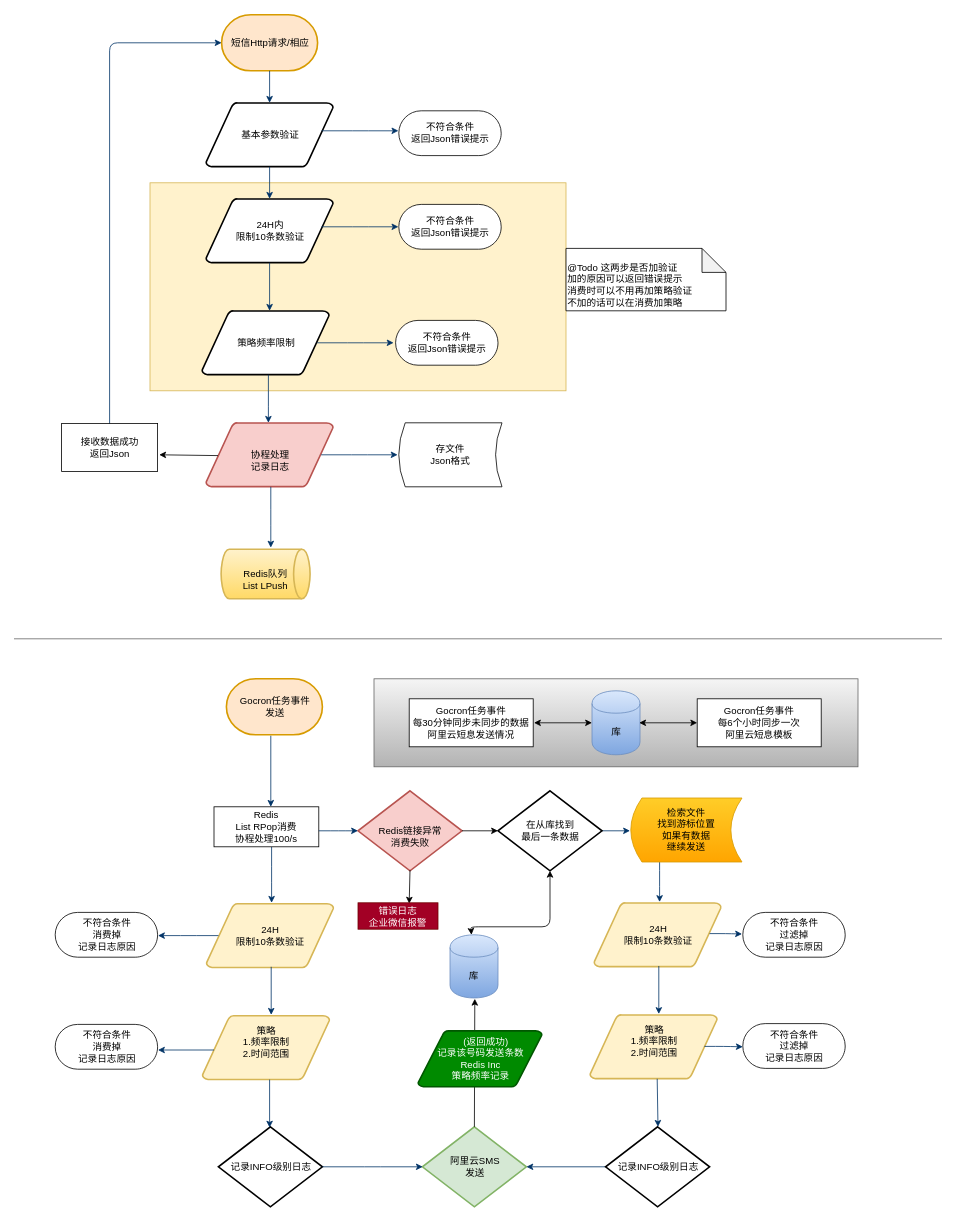
akun87/activity keeps this draw.io diagram as 消息发送.drawio. Above is the earlier version. Source tidied: cells renumbered, new cells numbered last; positions are measured from the earlier drawing's top-left corner, leaving out a move shared by most shapes. Both pictures are drawn from the tidied source at 80%, with x=0, y=0 at pixel (14, 14).
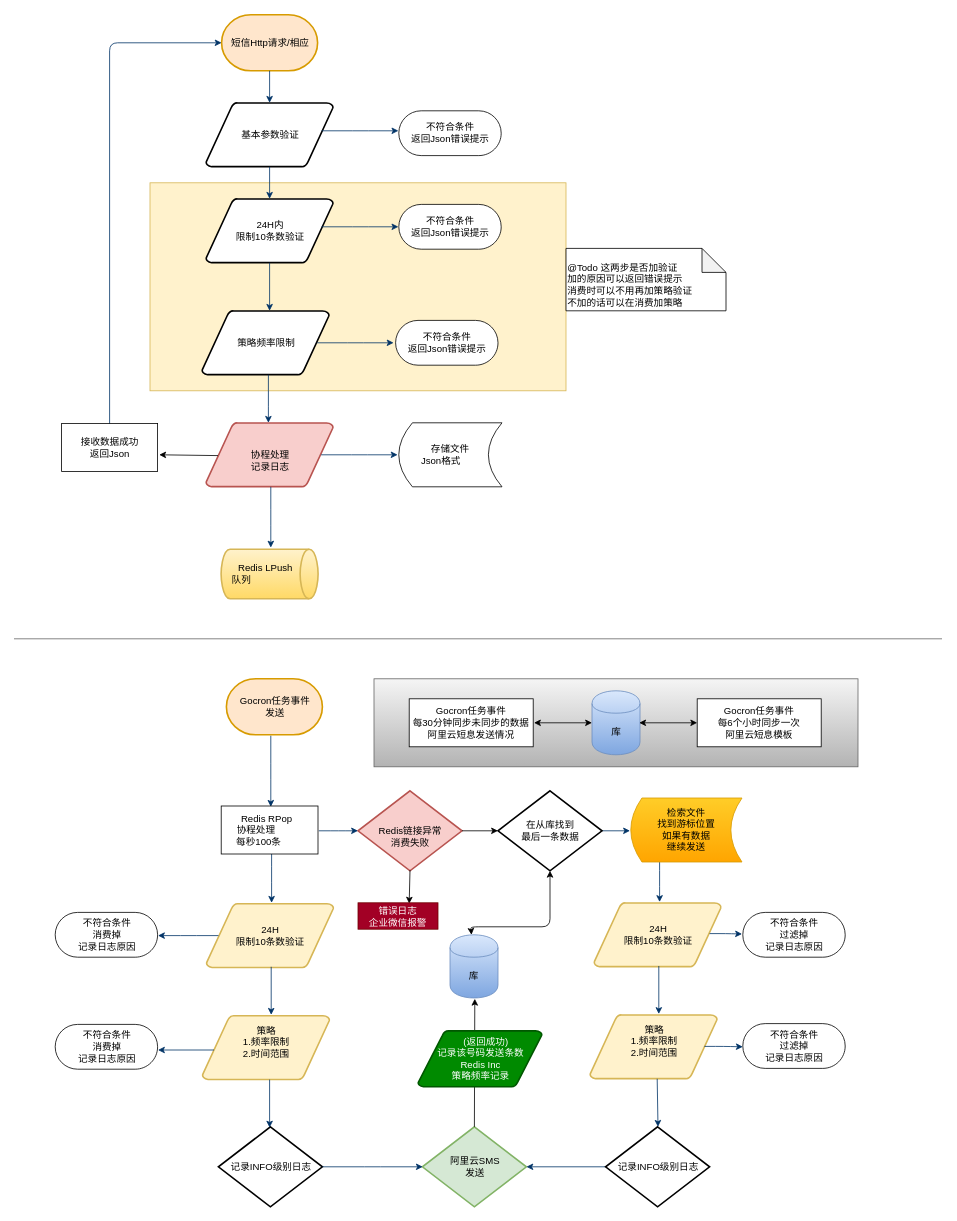
The same diagram, later.

Commit message (it also covers changes not shown here):
更新消息发送.drawio

The edit, as a diff of the source:
```diff
@@
-    <mxCell id="16" style="edgeStyle=elbowEdgeStyle;elbow=horizontal;exitX=0.5;exitY=0.9;exitPerimeter=0;fontStyle=1;strokeColor=#003366;strokeWidth=1;html=1;entryX=0.542;entryY=0;entryDx=0;entryDy=0;entryPerimeter=0;" parent="1" edge="1" target="48">
+    <mxCell id="16" style="edgeStyle=elbowEdgeStyle;elbow=horizontal;exitX=0.5;exitY=0.9;exitPerimeter=0;fontStyle=1;strokeColor=#003366;strokeWidth=1;html=1;entryX=0.542;entryY=0;entryDx=0;entryDy=0;entryPerimeter=0;" parent="1" edge="1">
       <mxGeometry x="0.5" y="-50" as="geometry">
         <mxPoint x="321" y="901" as="sourcePoint" />
+        <mxPoint x="321" y="990" as="targetPoint" />
       </mxGeometry>
     </mxCell>
@@
-    <mxCell id="26" value="&lt;div&gt;存文件&lt;/div&gt;&lt;div&gt;Json格式&lt;br&gt;&lt;/div&gt;" style="shape=dataStorage;whiteSpace=wrap;html=1;size=0.06201550387596899;" parent="1" vertex="1">
+    <mxCell id="26" value="&lt;div&gt;存储文件&lt;/div&gt;&lt;div&gt;Json格式 &amp;nbsp; &amp;nbsp; &amp;nbsp;&amp;nbsp; &lt;br&gt;&lt;/div&gt;" style="shape=dataStorage;whiteSpace=wrap;html=1;size=0.13178294573643412;" parent="1" vertex="1">
       <mxGeometry x="481" y="510" width="129" height="80" as="geometry" />
     </mxCell>
@@
-    <mxCell id="48" value="&lt;div&gt;&lt;br&gt;&lt;/div&gt;&lt;div&gt;&lt;br&gt;&lt;/div&gt;&lt;div&gt;Redis&lt;/div&gt;&lt;div&gt;List RPop消费&lt;br&gt;&lt;/div&gt;&lt;div&gt;&lt;div&gt;协程处理100/s&lt;/div&gt;&lt;div&gt;&lt;br&gt;&lt;br&gt;&lt;/div&gt;&lt;/div&gt;" style="rounded=0;whiteSpace=wrap;html=1;" parent="1" vertex="1">
-      <mxGeometry x="250" y="990" width="131" height="50" as="geometry" />
-    </mxCell>
@@
-    <mxCell id="64" value="&lt;div&gt;&lt;br&gt;&lt;/div&gt;&lt;div&gt;&lt;br&gt;&lt;/div&gt;&lt;div&gt;Redis队列&lt;/div&gt;&lt;div&gt;List LPush &lt;br&gt;&lt;/div&gt;&lt;div&gt;&amp;nbsp;&amp;nbsp; &lt;br&gt;&lt;/div&gt;" style="strokeWidth=2;html=1;shape=mxgraph.flowchart.direct_data;whiteSpace=wrap;gradientColor=#ffd966;fillColor=#fff2cc;strokeColor=#d6b656;" parent="1" vertex="1">
-      <mxGeometry x="259" y="668" width="111" height="62" as="geometry" />
+    <mxCell id="64" value="&lt;div&gt;Redis LPush&amp;nbsp;&amp;nbsp;&amp;nbsp; &lt;br&gt;&lt;/div&gt;&lt;div&gt;队列 &amp;nbsp; &amp;nbsp; &amp;nbsp; &amp;nbsp; &amp;nbsp; &amp;nbsp; &amp;nbsp; &amp;nbsp; &amp;nbsp;&amp;nbsp;&amp;nbsp;&amp;nbsp; &lt;br&gt;&lt;/div&gt;" style="strokeWidth=2;html=1;shape=mxgraph.flowchart.direct_data;whiteSpace=wrap;gradientColor=#ffd966;fillColor=#fff2cc;strokeColor=#d6b656;" parent="1" vertex="1">
+      <mxGeometry x="259" y="668" width="121" height="62" as="geometry" />
     </mxCell>
@@
+    <mxCell id="73" value="&lt;div&gt;&lt;br&gt;&lt;/div&gt;&lt;div&gt;&lt;br&gt;&lt;/div&gt;&lt;div&gt;&lt;br&gt;&lt;/div&gt;&lt;div&gt;Redis RPop&amp;nbsp;&amp;nbsp; &lt;br&gt;&lt;/div&gt;&lt;div&gt;&lt;div&gt;协程处理&amp;nbsp;&amp;nbsp;&amp;nbsp;&amp;nbsp;&amp;nbsp;&amp;nbsp;&amp;nbsp;&amp;nbsp;&amp;nbsp;&amp;nbsp; &lt;br&gt;&lt;/div&gt;&lt;div&gt;每秒100条&amp;nbsp;&amp;nbsp; &amp;nbsp; &amp;nbsp; &amp;nbsp; &lt;br&gt;&lt;/div&gt;&lt;div&gt;&lt;br&gt;&lt;br&gt;&lt;br&gt;&lt;/div&gt;&lt;/div&gt;" style="rounded=0;whiteSpace=wrap;html=1;" parent="1" vertex="1">
+      <mxGeometry x="259" y="989" width="121" height="60" as="geometry" />
+    </mxCell>
```
